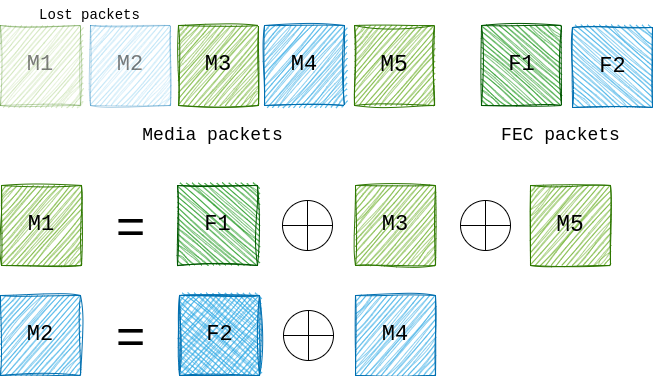
The draw.io diagram static/img/fec_receiver.drawio.png in pion/website, before a commit. Source tidied: cells renumbered, new cells last; positions are measured from the earlier drawing's top-left corner, leaving out a move shared by most shapes.
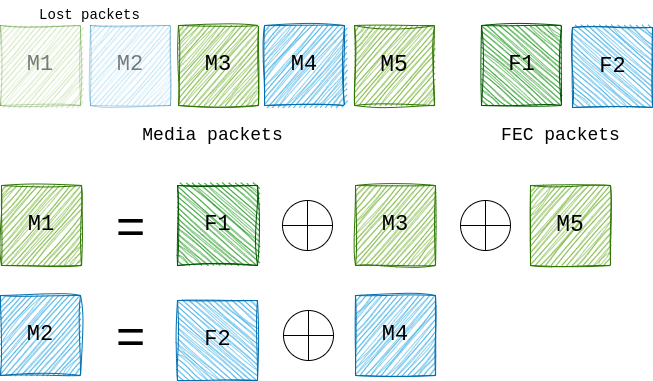
After the commit.

What changed in the source:
```diff
@@ -74,15 +74,6 @@
     <mxCell id="25" value="&lt;font style=&quot;font-size: 22px;&quot;&gt;M4&lt;/font&gt;" style="whiteSpace=wrap;html=1;fillColor=#1ba1e2;fontColor=light-dark(#000000,#000000);strokeColor=#006EAF;sketch=1;curveFitting=1;jiggle=2;align=center;verticalAlign=middle;fontFamily=Courier New;fontSize=12;" parent="1" vertex="1">
       <mxGeometry x="355" y="295" width="80" height="80" as="geometry" />
     </mxCell>
-    <mxCell id="26" style="group;sketch=1;jiggle=2;curveFitting=1;strokeColor=#006EAF;align=center;verticalAlign=middle;fontFamily=Courier New;fontSize=12;fontColor=light-dark(#000000,#000000);fillColor=#1ba1e2;" parent="1" vertex="1">
-      <mxGeometry x="179" y="295" width="80" height="80" as="geometry" />
-    </mxCell>
-    <mxCell id="27" style="whiteSpace=wrap;rounded=0;glass=0;shadow=0;fillColor=#1ba1e2;fontColor=light-dark(#000000,#000000);strokeColor=#006EAF;sketch=1;curveFitting=1;jiggle=2;imageAspect=1;rotation=-90;html=1;align=center;verticalAlign=middle;fontFamily=Courier New;fontSize=12;" parent="26" vertex="1">
-      <mxGeometry width="80" height="80" as="geometry" />
-    </mxCell>
-    <mxCell id="28" value="&lt;font style=&quot;font-size: 22px;&quot; face=&quot;Courier New&quot;&gt;F2&lt;/font&gt;" style="text;html=1;align=center;verticalAlign=middle;strokeColor=none;fillColor=none;fontFamily=Courier New;fontSize=12;fontColor=light-dark(#000000,#000000);" parent="26" vertex="1">
-      <mxGeometry x="15" y="20" width="50" height="40" as="geometry" />
-    </mxCell>
     <mxCell id="29" style="shape=orEllipse;perimeter=ellipsePerimeter;whiteSpace=wrap;html=1;backgroundOutline=1;fontColor=light-dark(#000000,#000000);" parent="1" vertex="1">
       <mxGeometry x="283" y="310" width="50" height="50" as="geometry" />
     </mxCell>
@@ -92,5 +83,14 @@
     <mxCell id="31" value="&lt;font&gt;Lost packets&lt;/font&gt;" style="text;html=1;align=center;verticalAlign=middle;strokeColor=none;fillColor=none;fontFamily=Courier New;fontSize=14;fontColor=light-dark(#000000,#000000);" parent="1" vertex="1">
       <mxGeometry x="29" width="120" height="30" as="geometry" />
     </mxCell>
+    <mxCell id="32" style="group;fontColor=light-dark(#000000,#000000);" parent="1" vertex="1">
+      <mxGeometry x="177" y="300" width="80" height="80" as="geometry" />
+    </mxCell>
+    <mxCell id="33" style="whiteSpace=wrap;html=1;fillColor=#1ba1e2;fontColor=light-dark(#000000,#000000);strokeColor=#006EAF;sketch=1;curveFitting=1;jiggle=2;rotation=-90;" parent="32" vertex="1">
+      <mxGeometry width="80" height="80" as="geometry" />
+    </mxCell>
+    <mxCell id="28" value="&lt;font face=&quot;Courier New&quot; style=&quot;font-size: 22px;&quot;&gt;F2&lt;/font&gt;" style="text;html=1;align=center;verticalAlign=middle;strokeColor=none;fillColor=none;fontColor=light-dark(#000000,#000000);" parent="32" vertex="1">
+      <mxGeometry x="15" y="20" width="50" height="40" as="geometry" />
+    </mxCell>
   </root>
 </mxGraphModel>
```
